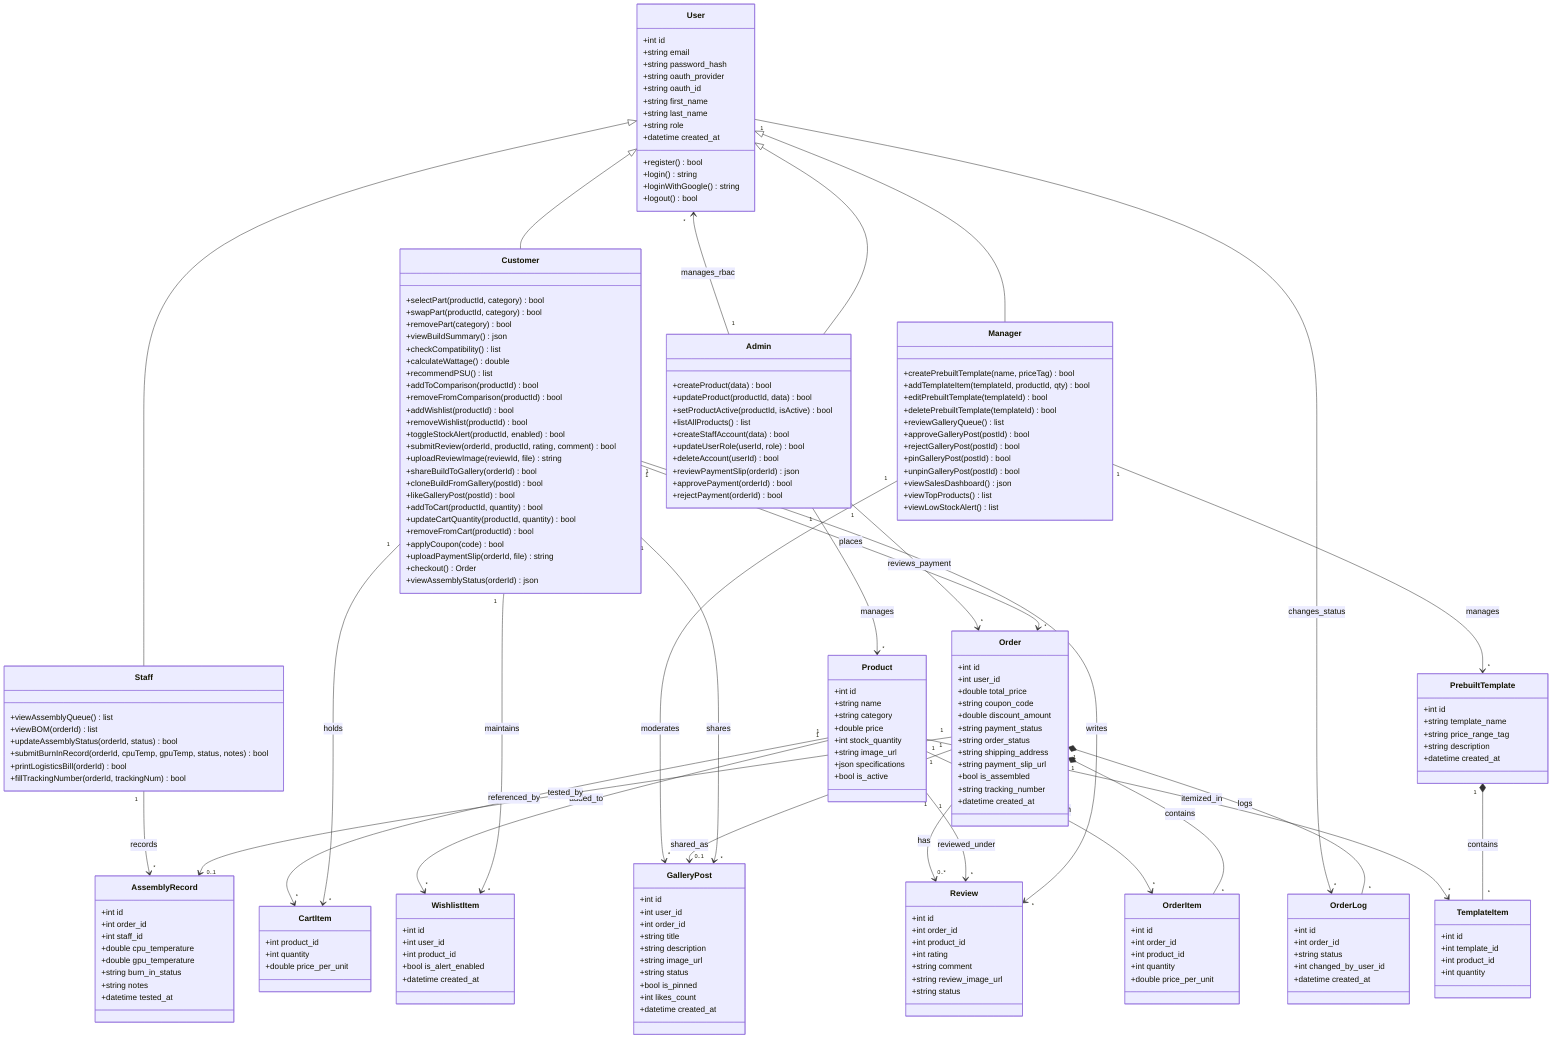
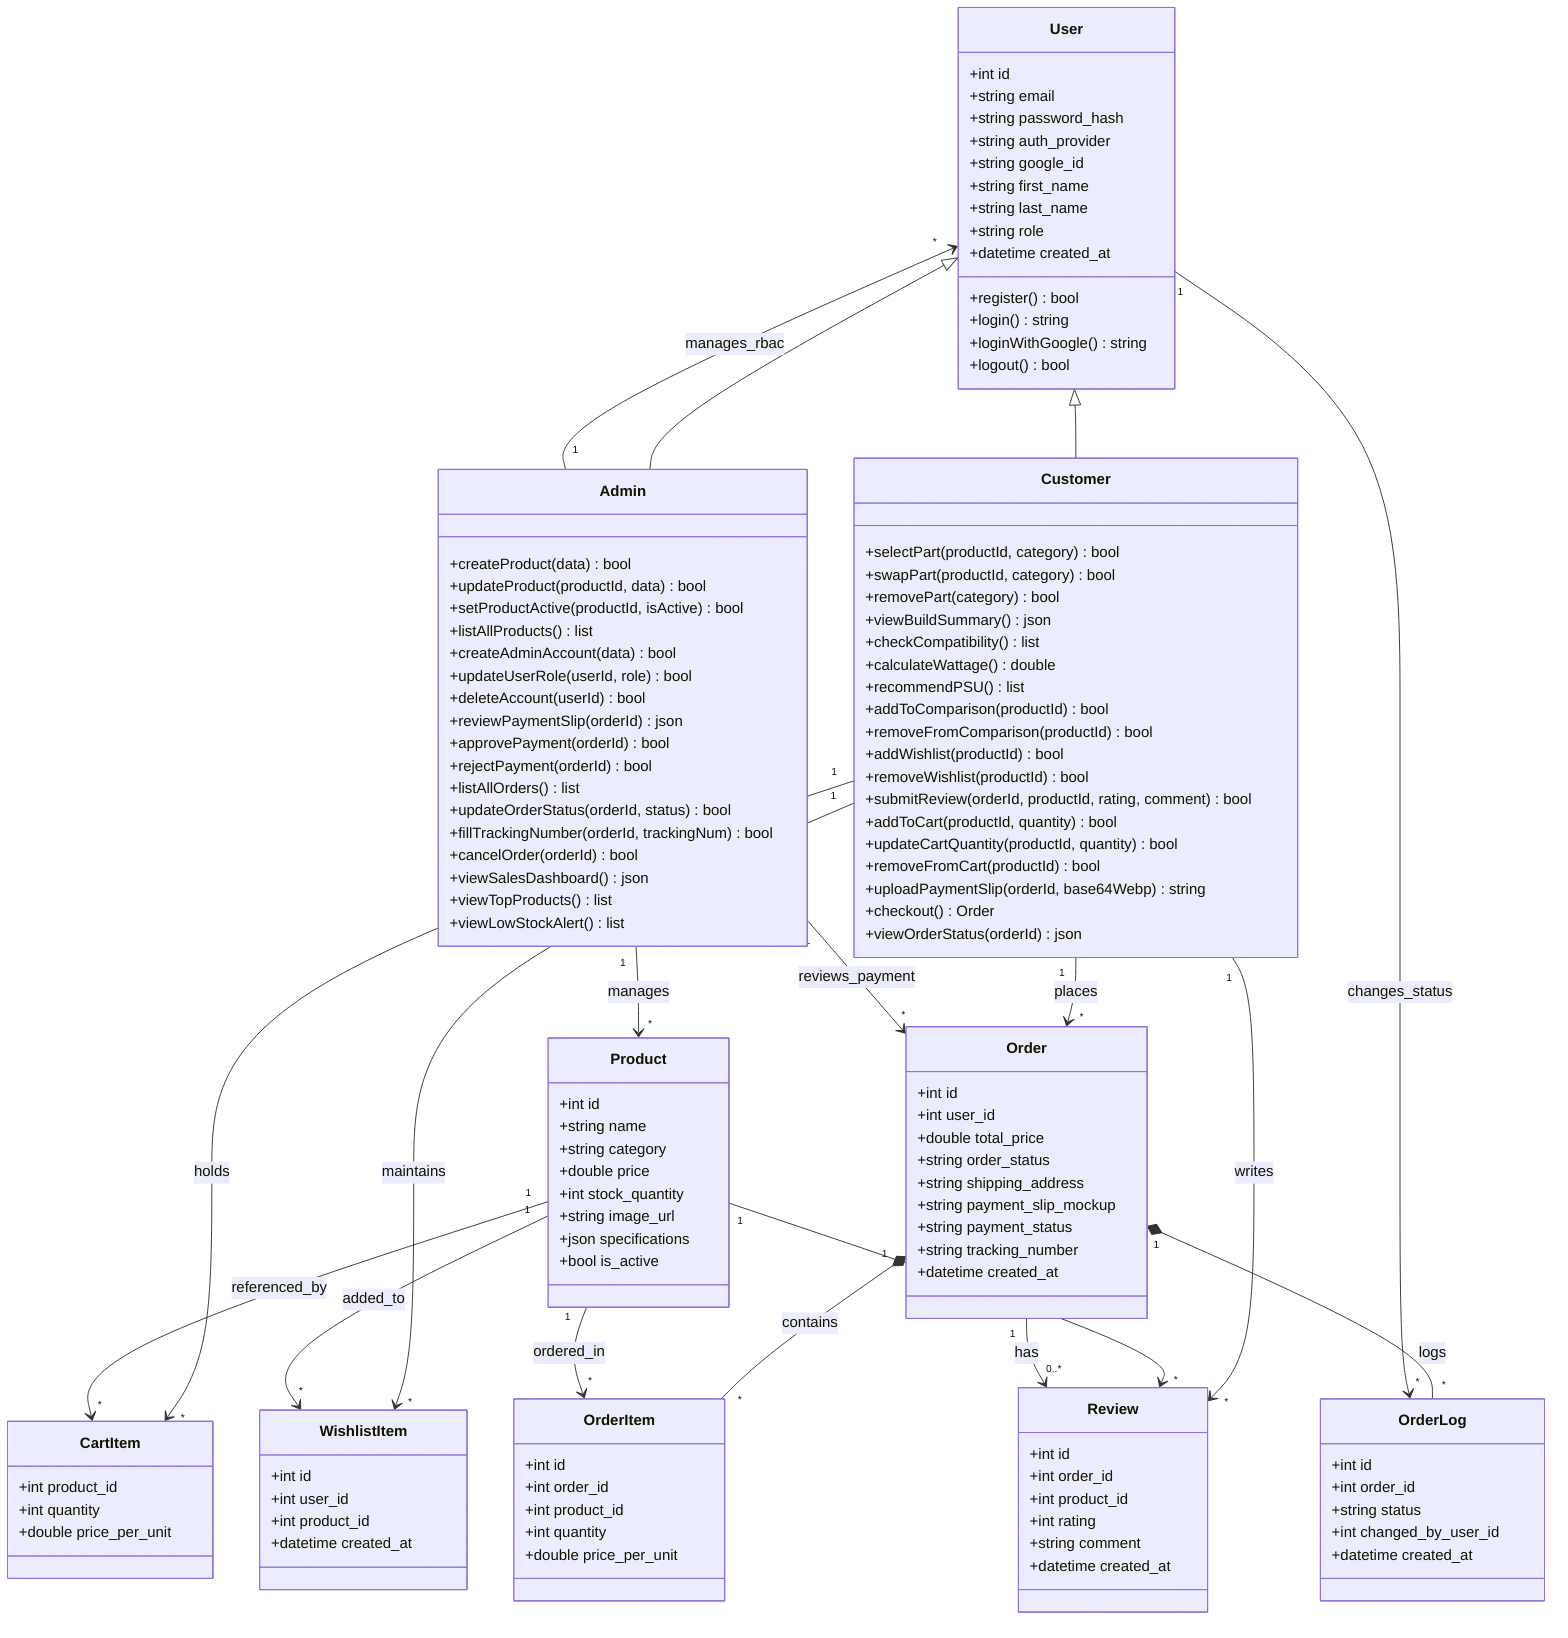
%% ============================================================
- %% ComHub - Class Diagram
+ %% ComHub - Class Diagram (MVP Version)
%% แหล่งข้อมูล: markdown/project-scope.md
%% CSI204 - Software Engineering
+ %% MVP Scope: 2 Actors (Customer, Admin) / 7 Tables
+ %% ตัด: Staff, Manager, PrebuiltTemplate, TemplateItem,
+ %%      AssemblyRecord, GalleryPost, Stock Alert, Review Photos, Coupon
%% ============================================================
classDiagram

    %% ---------------- User Hierarchy (SYS-01) ----------------
    class User {
        +int id
        +string email
        +string password_hash
-         +string oauth_provider
-         +string oauth_id
+         +string auth_provider
+         +string google_id
        +string first_name
        +string last_name
        +string role
        +datetime created_at
        +register() bool
        +login() string
        +loginWithGoogle() string
        +logout() bool
    }

    class Customer {
-         %% C-01 ~ C-09
+         %% C-01 ~ C-09 (MVP)
        +selectPart(productId, category) bool
        +swapPart(productId, category) bool
        +removePart(category) bool
        +viewBuildSummary() json
        +checkCompatibility() list
        +calculateWattage() double
        +recommendPSU() list
        +addToComparison(productId) bool
        +removeFromComparison(productId) bool
        +addWishlist(productId) bool
        +removeWishlist(productId) bool
-         +toggleStockAlert(productId, enabled) bool
        +submitReview(orderId, productId, rating, comment) bool
-         +uploadReviewImage(reviewId, file) string
-         +shareBuildToGallery(orderId) bool
-         +cloneBuildFromGallery(postId) bool
-         +likeGalleryPost(postId) bool
        +addToCart(productId, quantity) bool
        +updateCartQuantity(productId, quantity) bool
        +removeFromCart(productId) bool
-         +applyCoupon(code) bool
-         +uploadPaymentSlip(orderId, file) string
+         +uploadPaymentSlip(orderId, base64Webp) string
        +checkout() Order
-         +viewAssemblyStatus(orderId) json
-     }
- 
-     class Staff {
-         %% S-01 ~ S-03
-         +viewAssemblyQueue() list
-         +viewBOM(orderId) list
-         +updateAssemblyStatus(orderId, status) bool
-         +submitBurnInRecord(orderId, cpuTemp, gpuTemp, status, notes) bool
-         +printLogisticsBill(orderId) bool
-         +fillTrackingNumber(orderId, trackingNum) bool
-     }
- 
-     class Manager {
-         %% M-01 ~ M-03
-         +createPrebuiltTemplate(name, priceTag) bool
-         +addTemplateItem(templateId, productId, qty) bool
-         +editPrebuiltTemplate(templateId) bool
-         +deletePrebuiltTemplate(templateId) bool
-         +reviewGalleryQueue() list
-         +approveGalleryPost(postId) bool
-         +rejectGalleryPost(postId) bool
-         +pinGalleryPost(postId) bool
-         +unpinGalleryPost(postId) bool
-         +viewSalesDashboard() json
-         +viewTopProducts() list
-         +viewLowStockAlert() list
+         +viewOrderStatus(orderId) json
    }

    class Admin {
-         %% A-01, A-04
+         %% A-01 ~ A-05 (MVP)
        +createProduct(data) bool
        +updateProduct(productId, data) bool
        +setProductActive(productId, isActive) bool
        +listAllProducts() list
-         +createStaffAccount(data) bool
+         +createAdminAccount(data) bool
        +updateUserRole(userId, role) bool
        +deleteAccount(userId) bool
        +reviewPaymentSlip(orderId) json
        +approvePayment(orderId) bool
        +rejectPayment(orderId) bool
+         +listAllOrders() list
+         +updateOrderStatus(orderId, status) bool
+         +fillTrackingNumber(orderId, trackingNum) bool
+         +cancelOrder(orderId) bool
+         +viewSalesDashboard() json
+         +viewTopProducts() list
+         +viewLowStockAlert() list
    }

    %% ---------------- Product & Catalog ----------------
    class Product {
        +int id
        +string name
        +string category
        +double price
        +int stock_quantity
        +string image_url
        +json specifications
        +bool is_active
    }

-     %% ---------------- Pre-built Templates (C-04 / M-01) ----------------
-     class PrebuiltTemplate {
-         +int id
-         +string template_name
-         +string price_range_tag
-         +string description
-         +datetime created_at
-     }
- 
-     class TemplateItem {
-         +int id
-         +int template_id
-         +int product_id
-         +int quantity
-     }
- 
-     %% ---------------- Wishlist (C-06) ----------------
+     %% ---------------- Wishlist (C-06 - No Stock Alert in MVP) ----------------
    class WishlistItem {
        +int id
        +int user_id
        +int product_id
-         +bool is_alert_enabled
        +datetime created_at
    }

-     %% ---------------- Cart & Checkout (SYS-02 / C-01) ----------------
+     %% ---------------- Cart & Checkout (SYS-03 / C-01) ----------------
    class CartItem {
-         %% Client-side, persisted in LocalStorage
+         %% Client-side only, persisted in LocalStorage (no DB table)
        +int product_id
        +int quantity
        +double price_per_unit
    }

    class Order {
        +int id
        +int user_id
        +double total_price
-         +string coupon_code
-         +double discount_amount
-         +string payment_status
        +string order_status
        +string shipping_address
-         +string payment_slip_url
-         +bool is_assembled
+         +string payment_slip_mockup
+         +string payment_status
        +string tracking_number
        +datetime created_at
    }

    class OrderItem {
        +int id
        +int order_id
        +int product_id
        +int quantity
        +double price_per_unit
    }

    class OrderLog {
-         %% C-09 Assembly Tracking timeline
+         %% C-09 Order Tracking timeline (5 ขั้น)
        +int id
        +int order_id
        +string status
        +int changed_by_user_id
        +datetime created_at
    }

-     %% ---------------- Assembly & Logistics (S-01 / S-02 / S-03) ----------------
-     class AssemblyRecord {
-         +int id
-         +int order_id
-         +int staff_id
-         +double cpu_temperature
-         +double gpu_temperature
-         +string burn_in_status
-         +string notes
-         +datetime tested_at
-     }
- 
-     %% ---------------- Review & Gallery (C-07 / C-08 / M-02) ----------------
+     %% ---------------- Review (C-07 - No Photos in MVP) ----------------
    class Review {
        +int id
        +int order_id
        +int product_id
        +int rating
        +string comment
-         +string review_image_url
-         +string status
-     }
- 
-     class GalleryPost {
-         +int id
-         +int user_id
-         +int order_id
-         +string title
-         +string description
-         +string image_url
-         +string status
-         +bool is_pinned
-         +int likes_count
        +datetime created_at
    }

    %% ================= Relationships =================

-     %% Generalization
+     %% Generalization (MVP: 2 subclasses)
    User <|-- Customer
-     User <|-- Staff
-     User <|-- Manager
    User <|-- Admin

    %% Customer domain
    Customer "1" --> "*" CartItem : holds
    Customer "1" --> "*" Order : places
    Customer "1" --> "*" WishlistItem : maintains
    Customer "1" --> "*" Review : writes
-     Customer "1" --> "*" GalleryPost : shares
    Product "1" --> "*" CartItem : referenced_by
    Product "1" --> "*" WishlistItem : added_to
    Product "1" --> "*" Review : reviewed_under

    %% Order composition
    Order "1" *-- "*" OrderItem : contains
    Product "1" --> "*" OrderItem : ordered_in
    Order "1" *-- "*" OrderLog : logs
    User "1" --> "*" OrderLog : changes_status
-     Order "1" --> "0..1" AssemblyRecord : tested_by
-     Order "1" --> "0..1" GalleryPost : shared_as
    Order "1" --> "0..*" Review : has
- 
-     %% Staff domain
-     Staff "1" --> "*" AssemblyRecord : records
- 
-     %% Manager domain
-     Manager "1" --> "*" PrebuiltTemplate : manages
-     Manager "1" --> "*" GalleryPost : moderates
-     PrebuiltTemplate "1" *-- "*" TemplateItem : contains
-     Product "1" --> "*" TemplateItem : itemized_in

    %% Admin domain
    Admin "1" --> "*" Product : manages
    Admin "1" --> "*" Order : reviews_payment
    Admin "1" --> "*" User : manages_rbac
